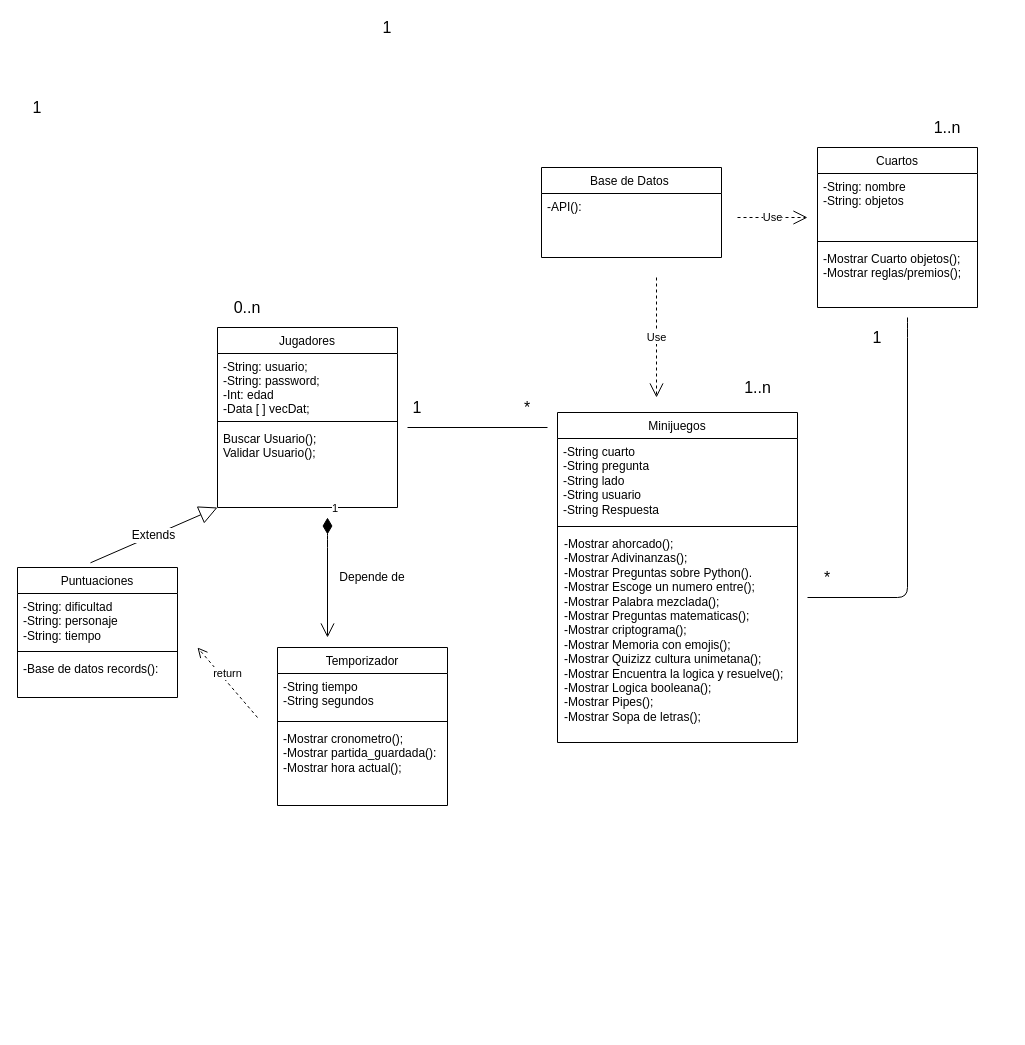
MadDog159/Proyecto-de-Escapamet keeps this draw.io diagram as diagrama.drawio. Above is the earlier version. Source tidied: cells renumbered, new cells numbered last; positions are measured from the earlier drawing's top-left corner, leaving out a move shared by most shapes. Both pictures are drawn from the tidied source at 100%, with x=0, y=0 at pixel (17, 17).
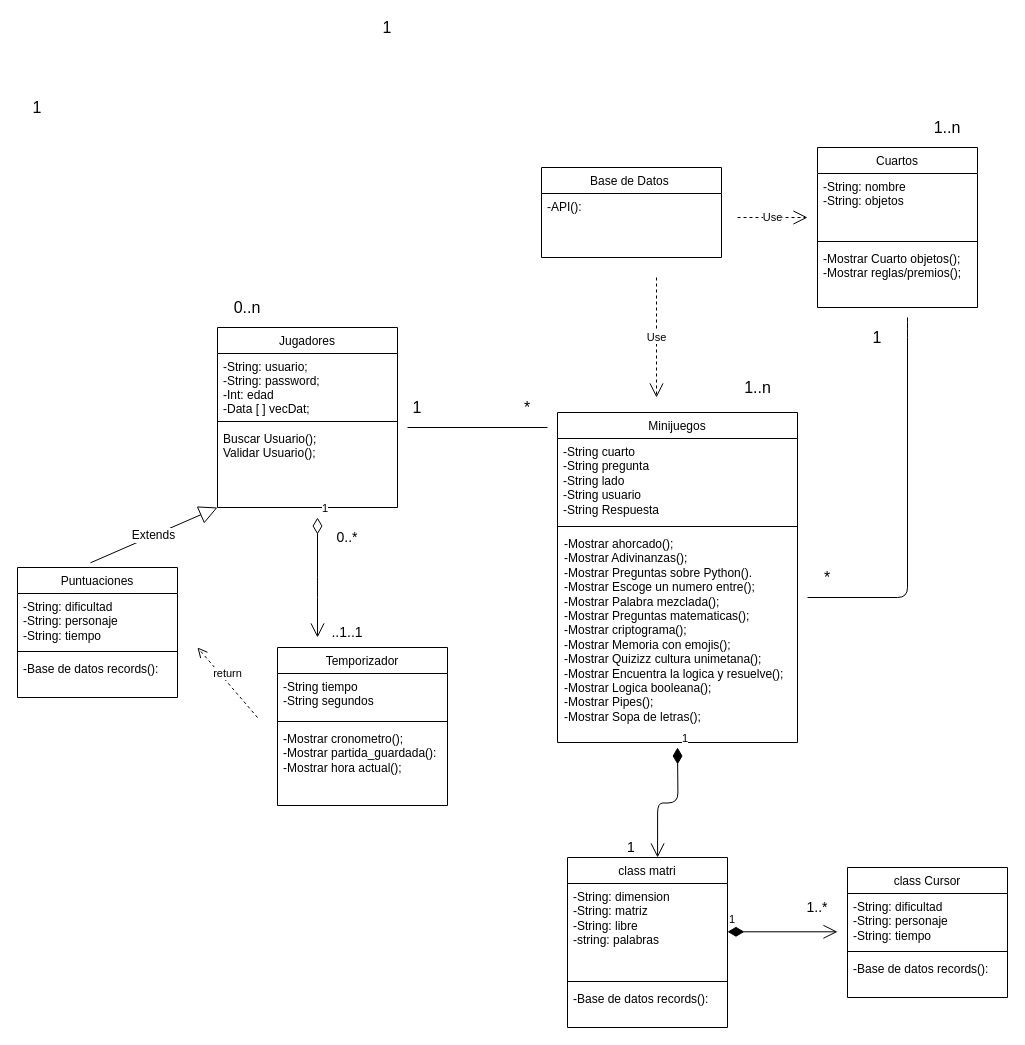
The same diagram, later.

The change refers to these unchanged cells:
```xml
<mxCell id="2" value="Minijuegos" style="swimlane;fontStyle=0;align=center;verticalAlign=top;horizontal=1;startSize=26;rounded=0;shadow=0;strokeWidth=1;" parent="1" vertex="1">
  <mxGeometry x="540" y="395" width="240" height="330" as="geometry" />
</mxCell>
```

Diff of the diagram source:
```diff
@@
     <mxCell id="5" value="-Mostrar ahorcado();&lt;br&gt;-Mostrar Adivinanzas();&lt;br&gt;-Mostrar Preguntas sobre Python().&lt;br&gt;-Mostrar Escoge un numero entre();&lt;br&gt;-Mostrar Palabra mezclada();&lt;br&gt;-Mostrar Preguntas matematicas();&lt;br&gt;-Mostrar criptograma();&lt;br&gt;-Mostrar Memoria con emojis();&lt;br&gt;-Mostrar Quizizz cultura unimetana();&lt;br&gt;-Mostrar Encuentra la logica y resuelve();&lt;br&gt;-Mostrar Logica booleana();&lt;br&gt;-Mostrar Pipes();&lt;br&gt;-Mostrar Sopa de letras();&lt;br&gt;&lt;br&gt;&lt;br&gt;&lt;br&gt;&lt;br&gt;&lt;br&gt;&lt;br&gt;&lt;br&gt;&lt;br&gt;&amp;nbsp;" style="text;html=1;strokeColor=none;fillColor=none;align=left;verticalAlign=top;whiteSpace=wrap;rounded=0;fontSize=12;spacingRight=4;spacingLeft=5;" parent="2" vertex="1">
-      <mxGeometry y="118" width="240" height="204" as="geometry" />
+      <mxGeometry y="118" width="240" height="212" as="geometry" />
     </mxCell>
@@
-    <mxCell id="32" value="1" style="endArrow=open;html=1;endSize=12;startArrow=diamondThin;startSize=14;startFill=1;edgeStyle=orthogonalEdgeStyle;align=left;verticalAlign=bottom;" parent="1" edge="1">
-      <mxGeometry x="-1" y="3" relative="1" as="geometry">
-        <mxPoint x="310" y="500" as="sourcePoint" />
-        <mxPoint x="310" y="620" as="targetPoint" />
-        <Array as="points">
-          <mxPoint x="310" y="520" />
-        </Array>
-      </mxGeometry>
-    </mxCell>
-    <mxCell id="33" value="Depende de" style="text;html=1;strokeColor=none;fillColor=none;align=center;verticalAlign=middle;whiteSpace=wrap;rounded=0;" parent="1" vertex="1">
-      <mxGeometry x="320" y="550" width="70" height="20" as="geometry" />
-    </mxCell>
@@
+    <mxCell id="41" value="class matri" style="swimlane;fontStyle=0;align=center;verticalAlign=top;horizontal=1;startSize=26;rounded=0;shadow=0;strokeWidth=1;" parent="1" vertex="1">
+      <mxGeometry x="550" y="840" width="160" height="170" as="geometry" />
+    </mxCell>
+    <mxCell id="42" value="-String: dimension&lt;br&gt;-String: matriz&lt;br&gt;-String: libre&lt;br&gt;-string: palabras" style="text;html=1;strokeColor=none;fillColor=none;align=left;verticalAlign=top;whiteSpace=wrap;rounded=0;fontSize=12;spacingRight=4;spacingLeft=4;" parent="41" vertex="1">
+      <mxGeometry y="26" width="160" height="94" as="geometry" />
+    </mxCell>
+    <mxCell id="43" style="line;strokeWidth=1;fillColor=none;align=left;verticalAlign=middle;spacingTop=-1;spacingLeft=3;spacingRight=3;labelPosition=right;" parent="41" vertex="1">
+      <mxGeometry y="120" width="160" height="8" as="geometry" />
+    </mxCell>
+    <mxCell id="44" value="-Base de datos records():" style="text;html=1;strokeColor=none;fillColor=none;align=left;verticalAlign=top;whiteSpace=wrap;rounded=0;spacingRight=4;spacingLeft=4;" parent="41" vertex="1">
+      <mxGeometry y="128" width="160" height="42" as="geometry" />
+    </mxCell>
+    <mxCell id="45" value="class Cursor" style="swimlane;fontStyle=0;align=center;verticalAlign=top;horizontal=1;startSize=26;rounded=0;shadow=0;strokeWidth=1;" parent="1" vertex="1">
+      <mxGeometry x="830" y="850" width="160" height="130" as="geometry" />
+    </mxCell>
+    <mxCell id="46" value="-String: dificultad&lt;br&gt;-String: personaje&lt;br&gt;-String: tiempo" style="text;html=1;strokeColor=none;fillColor=none;align=left;verticalAlign=top;whiteSpace=wrap;rounded=0;fontSize=12;spacingRight=4;spacingLeft=4;" parent="45" vertex="1">
+      <mxGeometry y="26" width="160" height="54" as="geometry" />
+    </mxCell>
+    <mxCell id="47" style="line;strokeWidth=1;fillColor=none;align=left;verticalAlign=middle;spacingTop=-1;spacingLeft=3;spacingRight=3;labelPosition=right;" parent="45" vertex="1">
+      <mxGeometry y="80" width="160" height="8" as="geometry" />
+    </mxCell>
+    <mxCell id="48" value="-Base de datos records():" style="text;html=1;strokeColor=none;fillColor=none;align=left;verticalAlign=top;whiteSpace=wrap;rounded=0;spacingRight=4;spacingLeft=4;" parent="45" vertex="1">
+      <mxGeometry y="88" width="160" height="42" as="geometry" />
+    </mxCell>
+    <mxCell id="32" value="1" style="endArrow=open;html=1;endSize=12;startArrow=diamondThin;startSize=14;startFill=1;edgeStyle=orthogonalEdgeStyle;align=left;verticalAlign=bottom;" parent="1" edge="1">
+      <mxGeometry x="-1" y="3" relative="1" as="geometry">
+        <mxPoint x="710" y="914.3" as="sourcePoint" />
+        <mxPoint x="820" y="914.3" as="targetPoint" />
+      </mxGeometry>
+    </mxCell>
+    <mxCell id="49" value="1" style="endArrow=open;html=1;endSize=12;startArrow=diamondThin;startSize=14;startFill=0;edgeStyle=orthogonalEdgeStyle;align=left;verticalAlign=bottom;" parent="1" edge="1">
+      <mxGeometry x="-1" y="3" relative="1" as="geometry">
+        <mxPoint x="300" y="500" as="sourcePoint" />
+        <mxPoint x="300" y="620" as="targetPoint" />
+        <Array as="points">
+          <mxPoint x="300" y="570" />
+        </Array>
+      </mxGeometry>
+    </mxCell>
+    <mxCell id="50" value="..1..1" style="text;html=1;strokeColor=none;fillColor=none;align=center;verticalAlign=middle;whiteSpace=wrap;rounded=0;fontSize=14;" parent="1" vertex="1">
+      <mxGeometry x="310" y="605" width="40" height="20" as="geometry" />
+    </mxCell>
+    <mxCell id="51" value="0..*" style="text;html=1;strokeColor=none;fillColor=none;align=center;verticalAlign=middle;whiteSpace=wrap;rounded=0;fontSize=14;" parent="1" vertex="1">
+      <mxGeometry x="310" y="510" width="40" height="20" as="geometry" />
+    </mxCell>
+    <mxCell id="52" value="1..*" style="text;html=1;strokeColor=none;fillColor=none;align=center;verticalAlign=middle;whiteSpace=wrap;rounded=0;fontSize=14;" parent="1" vertex="1">
+      <mxGeometry x="780" y="880" width="40" height="20" as="geometry" />
+    </mxCell>
+    <mxCell id="53" value="1" style="text;html=1;strokeColor=none;fillColor=none;align=center;verticalAlign=middle;whiteSpace=wrap;rounded=0;fontSize=14;" parent="1" vertex="1">
+      <mxGeometry x="594" y="820" width="40" height="20" as="geometry" />
+    </mxCell>
+    <mxCell id="54" value="1" style="endArrow=open;html=1;endSize=12;startArrow=diamondThin;startSize=14;startFill=1;edgeStyle=orthogonalEdgeStyle;align=left;verticalAlign=bottom;entryX=0.563;entryY=0;entryDx=0;entryDy=0;entryPerimeter=0;" parent="1" edge="1" target="41">
+      <mxGeometry x="-1" y="3" relative="1" as="geometry">
+        <mxPoint x="660" y="730" as="sourcePoint" />
+      </mxGeometry>
+    </mxCell>
```
